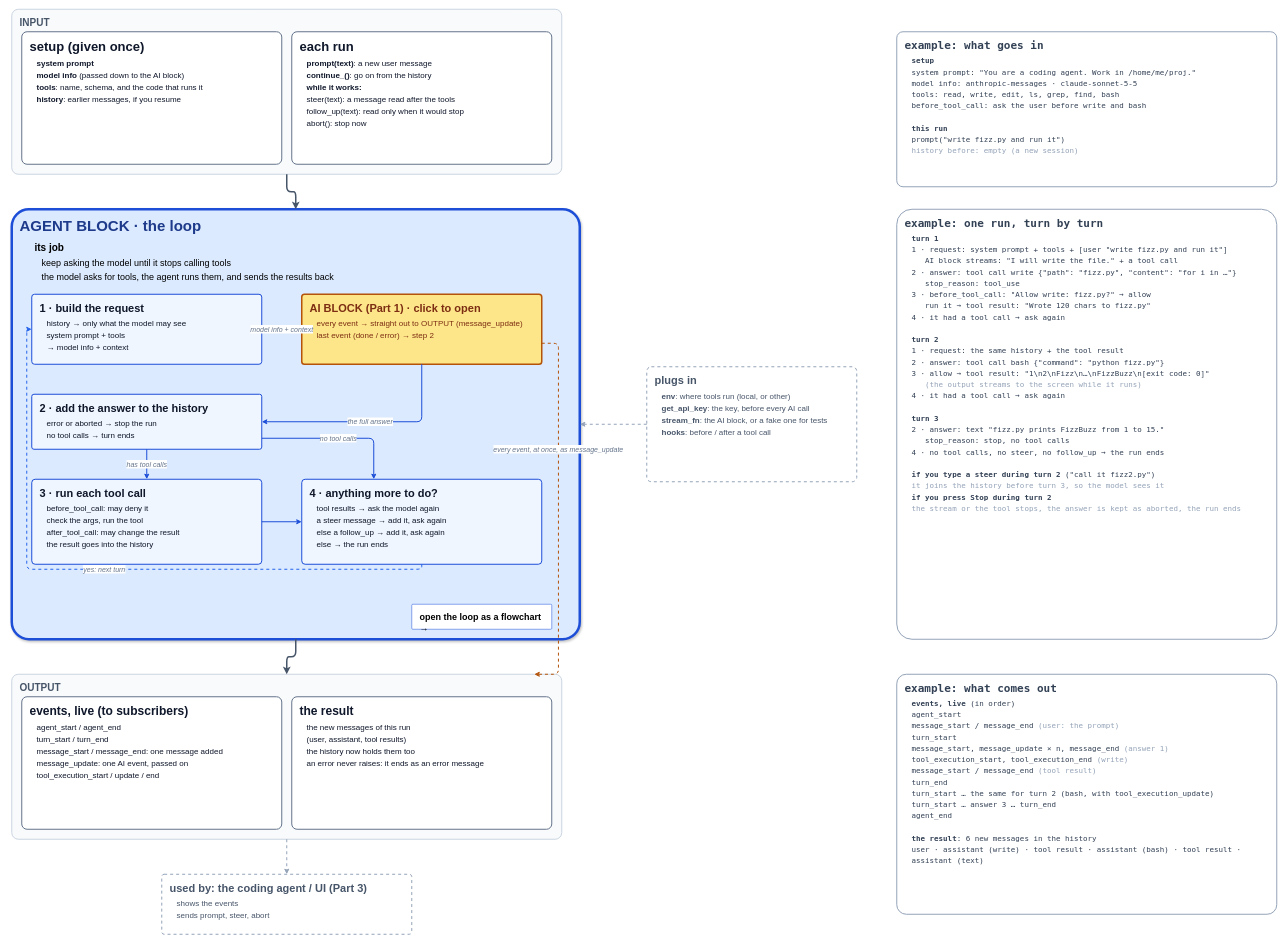
The draw.io diagram page "2 · Agent block" (1 of 4) of docs/guidebook/img/architecture.drawio in danhugo/simp-agent, before the edit. Source tidied: cells renumbered, new cells numbered last; positions are measured from the earlier drawing's top-left corner, leaving out a move shared by most shapes. Both pictures are drawn from the tidied source at 50%, with x=0, y=0 at pixel (12, 9).
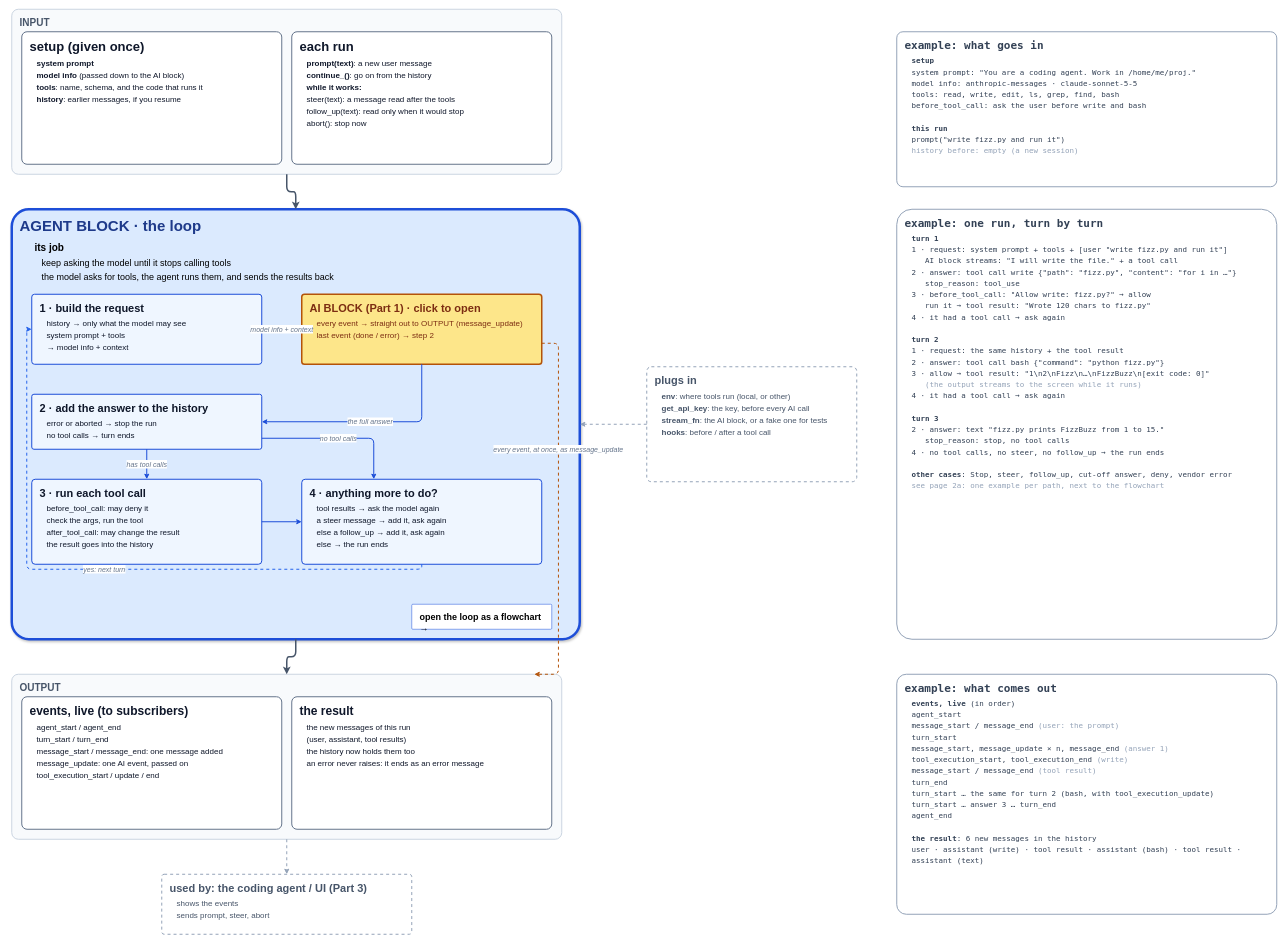
After the change.

Commit message (it also covers changes not shown here):
docs(guidebook): agent loop flowchart gets one example per path (stop, steer, follow-up, length, deny, error)

What changed in the source:
```diff
@@
-    <mxCell id="30" value="&lt;b style=&quot;font-size:22px&quot;&gt;example: one run, turn by turn&lt;/b&gt;&lt;div style=&quot;font-size:15px;line-height:1.5;margin-top:6px;padding-left:14px&quot;&gt;&lt;b&gt;turn 1&lt;/b&gt;&lt;br&gt;1 · request: system prompt + tools + [user &quot;write fizz.py and run it&quot;]&lt;br&gt;&amp;nbsp;&amp;nbsp;&amp;nbsp;AI block streams: &quot;I will write the file.&quot; + a tool call&lt;br&gt;2 · answer: tool call write {&quot;path&quot;: &quot;fizz.py&quot;, &quot;content&quot;: &quot;for i in …&quot;}&lt;br&gt;&amp;nbsp;&amp;nbsp;&amp;nbsp;stop_reason: tool_use&lt;br&gt;3 · before_tool_call: &quot;Allow write: fizz.py?&quot; → allow&lt;br&gt;&amp;nbsp;&amp;nbsp;&amp;nbsp;run it → tool result: &quot;Wrote 120 chars to fizz.py&quot;&lt;br&gt;4 · it had a tool call → ask again&lt;br&gt;&lt;br&gt;&lt;b&gt;turn 2&lt;/b&gt;&lt;br&gt;1 · request: the same history + the tool result&lt;br&gt;2 · answer: tool call bash {&quot;command&quot;: &quot;python fizz.py&quot;}&lt;br&gt;3 · allow → tool result: &quot;1\n2\nFizz\n…\nFizzBuzz\n[exit code: 0]&quot;&lt;br&gt;&amp;nbsp;&amp;nbsp;&amp;nbsp;&lt;span style=&quot;color:#94a3b8&quot;&gt;(the output streams to the screen while it runs)&lt;/span&gt;&lt;br&gt;4 · it had a tool call → ask again&lt;br&gt;&lt;br&gt;&lt;b&gt;turn 3&lt;/b&gt;&lt;br&gt;2 · answer: text &quot;fizz.py prints FizzBuzz from 1 to 15.&quot;&lt;br&gt;&amp;nbsp;&amp;nbsp;&amp;nbsp;stop_reason: stop, no tool calls&lt;br&gt;4 · no tool calls, no steer, no follow_up → the run ends&lt;br&gt;&lt;br&gt;&lt;b&gt;if you type a steer during turn 2&lt;/b&gt; (&quot;call it fizz2.py&quot;)&lt;br&gt;&lt;span style=&quot;color:#94a3b8&quot;&gt;it joins the history before turn 3, so the model sees it&lt;/span&gt;&lt;br&gt;&lt;b&gt;if you press Stop during turn 2&lt;/b&gt;&lt;br&gt;&lt;span style=&quot;color:#94a3b8&quot;&gt;the stream or the tool stops, the answer is kept as aborted, the run ends&lt;/span&gt;&lt;/div&gt;" style="whiteSpace=wrap;html=1;align=left;verticalAlign=top;spacingLeft=14;spacingTop=8;rounded=1;arcSize=4;fillColor=#ffffff;strokeColor=#94a3b8;strokeWidth=2;fontColor=#334155;fontFamily=Menlo;" parent="1" vertex="1">
+    <mxCell id="30" value="&lt;b style=&quot;font-size:22px&quot;&gt;example: one run, turn by turn&lt;/b&gt;&lt;div style=&quot;font-size:15px;line-height:1.5;margin-top:6px;padding-left:14px&quot;&gt;&lt;b&gt;turn 1&lt;/b&gt;&lt;br&gt;1 · request: system prompt + tools + [user &quot;write fizz.py and run it&quot;]&lt;br&gt;&amp;nbsp;&amp;nbsp;&amp;nbsp;AI block streams: &quot;I will write the file.&quot; + a tool call&lt;br&gt;2 · answer: tool call write {&quot;path&quot;: &quot;fizz.py&quot;, &quot;content&quot;: &quot;for i in …&quot;}&lt;br&gt;&amp;nbsp;&amp;nbsp;&amp;nbsp;stop_reason: tool_use&lt;br&gt;3 · before_tool_call: &quot;Allow write: fizz.py?&quot; → allow&lt;br&gt;&amp;nbsp;&amp;nbsp;&amp;nbsp;run it → tool result: &quot;Wrote 120 chars to fizz.py&quot;&lt;br&gt;4 · it had a tool call → ask again&lt;br&gt;&lt;br&gt;&lt;b&gt;turn 2&lt;/b&gt;&lt;br&gt;1 · request: the same history + the tool result&lt;br&gt;2 · answer: tool call bash {&quot;command&quot;: &quot;python fizz.py&quot;}&lt;br&gt;3 · allow → tool result: &quot;1\n2\nFizz\n…\nFizzBuzz\n[exit code: 0]&quot;&lt;br&gt;&amp;nbsp;&amp;nbsp;&amp;nbsp;&lt;span style=&quot;color:#94a3b8&quot;&gt;(the output streams to the screen while it runs)&lt;/span&gt;&lt;br&gt;4 · it had a tool call → ask again&lt;br&gt;&lt;br&gt;&lt;b&gt;turn 3&lt;/b&gt;&lt;br&gt;2 · answer: text &quot;fizz.py prints FizzBuzz from 1 to 15.&quot;&lt;br&gt;&amp;nbsp;&amp;nbsp;&amp;nbsp;stop_reason: stop, no tool calls&lt;br&gt;4 · no tool calls, no steer, no follow_up → the run ends&lt;br&gt;&lt;br&gt;&lt;b&gt;other cases&lt;/b&gt;: Stop, steer, follow_up, cut-off answer, deny, vendor error&lt;br&gt;&lt;span style=&quot;color:#94a3b8&quot;&gt;see page 2a: one example per path, next to the flowchart&lt;/span&gt;&lt;/div&gt;" style="whiteSpace=wrap;html=1;align=left;verticalAlign=top;spacingLeft=14;spacingTop=8;rounded=1;arcSize=4;fillColor=#ffffff;strokeColor=#94a3b8;strokeWidth=2;fontColor=#334155;fontFamily=Menlo;" parent="1" vertex="1">
       <mxGeometry x="1770" y="400" width="760" height="860" as="geometry" />
     </mxCell>
```
